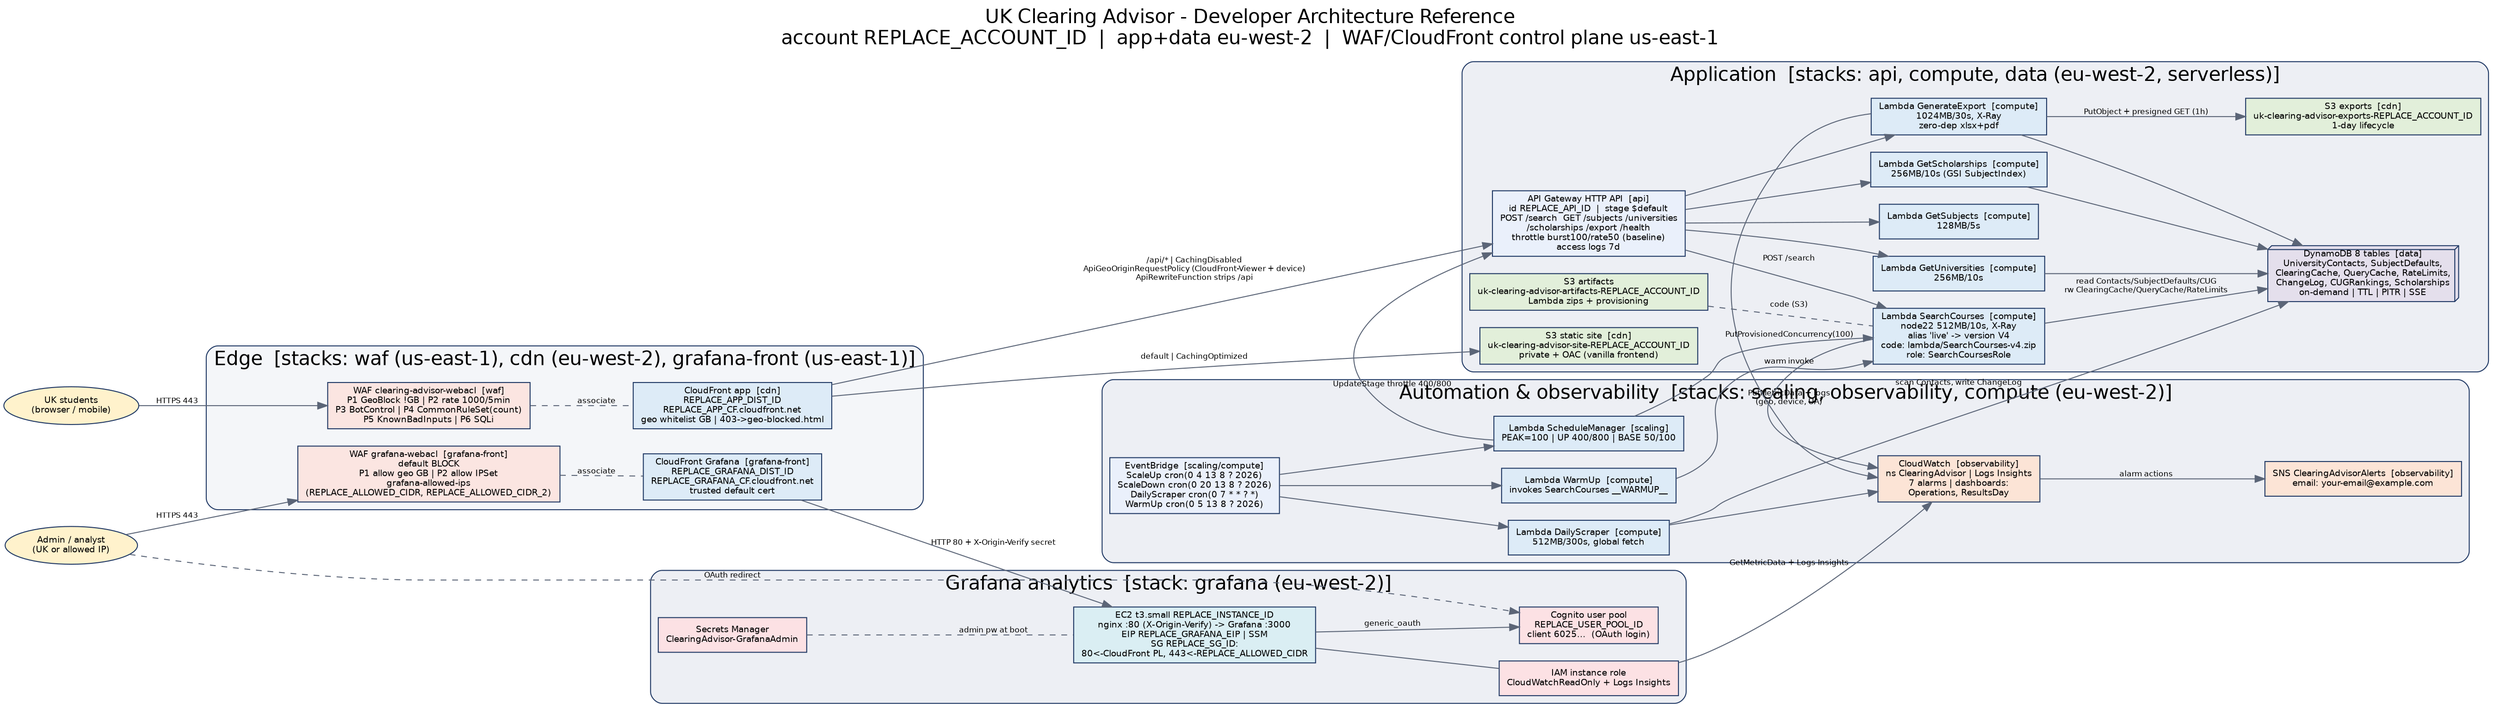
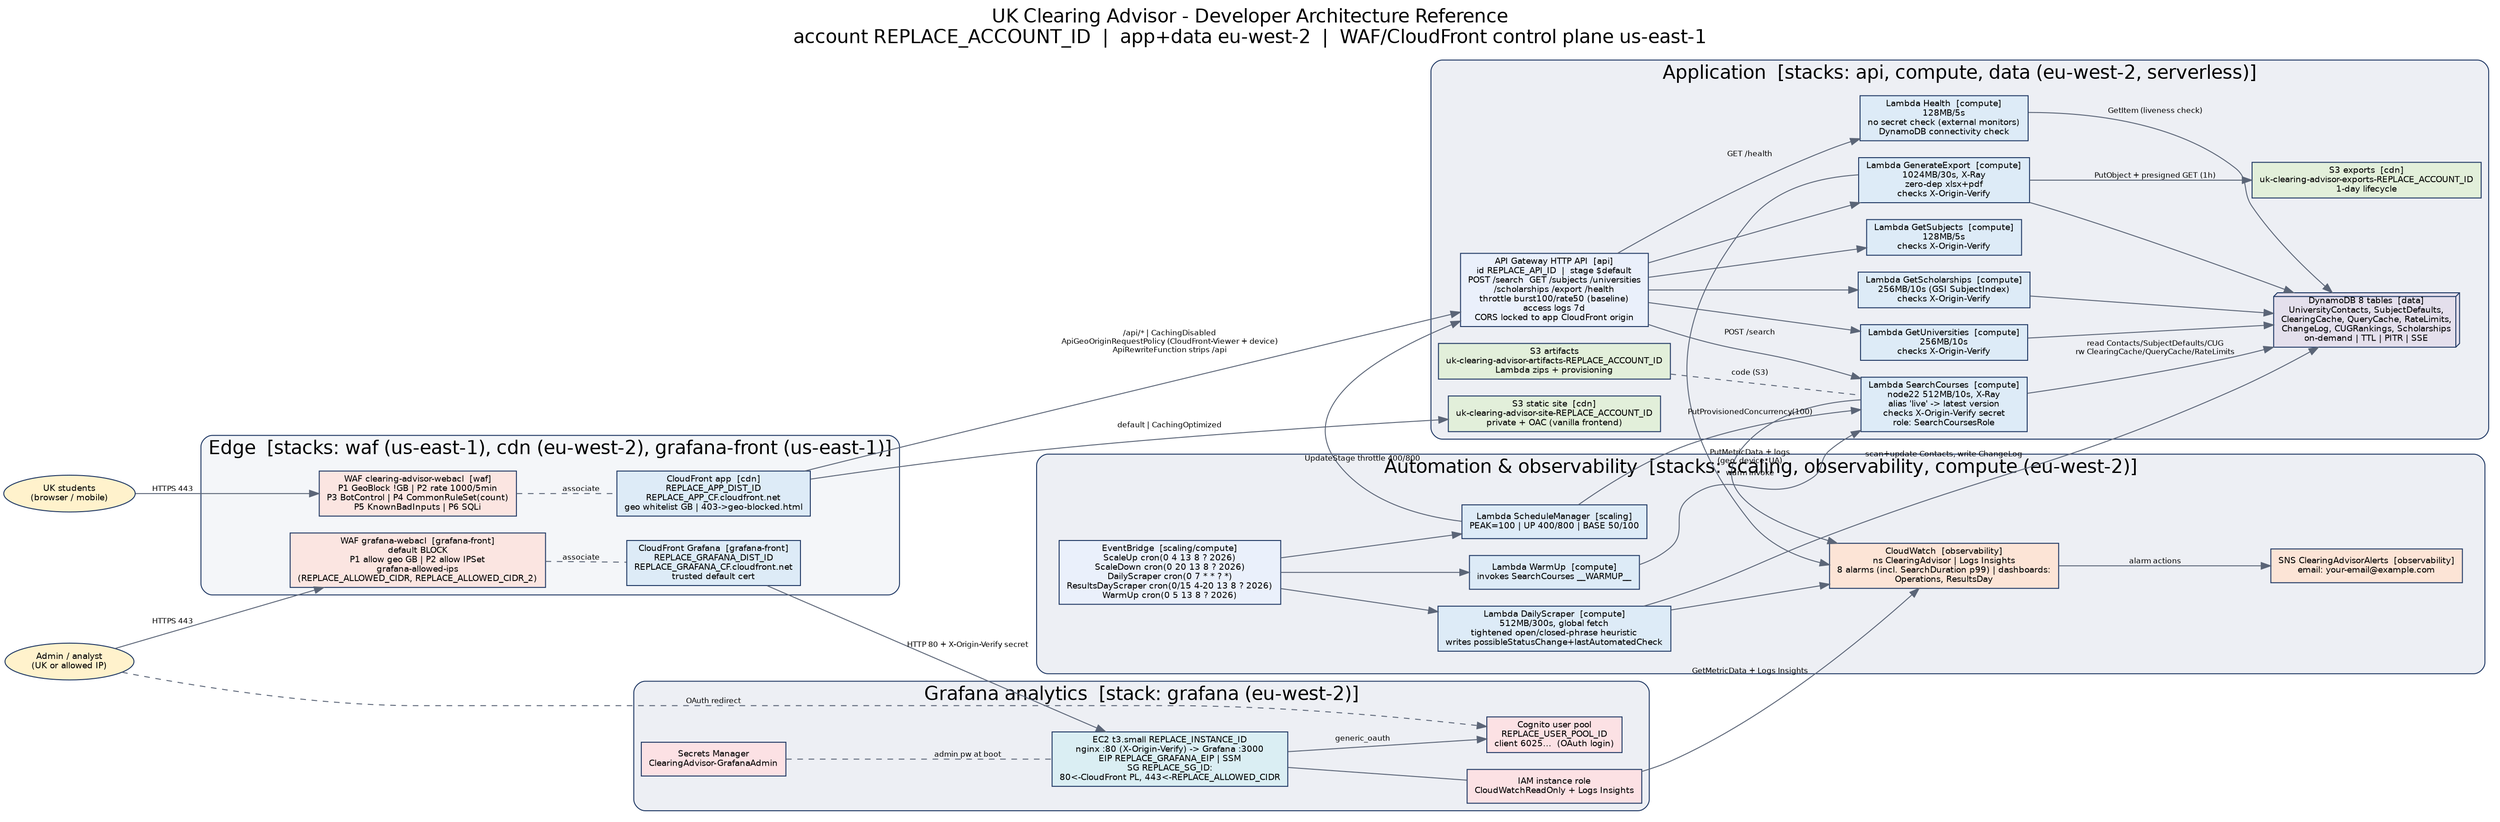
digraph UKClearingAdvisor {
  rankdir=LR;
  fontname="Helvetica"; labelloc="t"; fontsize=20;
  label="UK Clearing Advisor - Developer Architecture Reference\naccount REPLACE_ACCOUNT_ID  |  app+data eu-west-2  |  WAF/CloudFront control plane us-east-1";
  node [fontname="Helvetica", fontsize=9, style="filled", shape=box, color="#1F3864", fillcolor="#EAF0FB"];
  edge [fontname="Helvetica", fontsize=8, color="#5b6577"];
  compound=true;

  UKU [label="UK students\n(browser / mobile)", shape=oval, fillcolor="#FFF2CC"];
  ADM [label="Admin / analyst\n(UK or allowed IP)", shape=oval, fillcolor="#FFF2CC"];

  /* ---------- Edge: WAF + CloudFront ---------- */
  subgraph cluster_edge {
    label="Edge  [stacks: waf (us-east-1), cdn (eu-west-2), grafana-front (us-east-1)]";
    style="rounded,filled"; fillcolor="#F4F6F9"; color="#1F3864";
    WAF1 [label="WAF clearing-advisor-webacl  [waf]\nP1 GeoBlock !GB | P2 rate 1000/5min\nP3 BotControl | P4 CommonRuleSet(count)\nP5 KnownBadInputs | P6 SQLi", fillcolor="#FBE5E1"];
    CF1  [label="CloudFront app  [cdn]\nREPLACE_APP_DIST_ID\nREPLACE_APP_CF.cloudfront.net\ngeo whitelist GB | 403->geo-blocked.html", fillcolor="#DDEBF7"];
    WAF2 [label="WAF grafana-webacl  [grafana-front]\ndefault BLOCK\nP1 allow geo GB | P2 allow IPSet\ngrafana-allowed-ips\n(REPLACE_ALLOWED_CIDR, REPLACE_ALLOWED_CIDR_2)", fillcolor="#FBE5E1"];
    CF2  [label="CloudFront Grafana  [grafana-front]\nREPLACE_GRAFANA_DIST_ID\nREPLACE_GRAFANA_CF.cloudfront.net\ntrusted default cert", fillcolor="#DDEBF7"];
  }

  /* ---------- Application (compute + api + data) ---------- */
  subgraph cluster_app {
    label="Application  [stacks: api, compute, data (eu-west-2, serverless)]";
    style="rounded,filled"; fillcolor="#EDEFF4"; color="#1F3864";
-     APIGW  [label="API Gateway HTTP API  [api]\nid REPLACE_API_ID  |  stage $default\nPOST /search  GET /subjects /universities\n/scholarships /export /health\nthrottle burst100/rate50 (baseline)\naccess logs 7d"];
-     SC   [label="Lambda SearchCourses  [compute]\nnode22 512MB/10s, X-Ray\nalias 'live' -> version V4\ncode: lambda/SearchCourses-v4.zip\nrole: SearchCoursesRole", fillcolor="#DDEBF7"];
-     GS   [label="Lambda GetSubjects  [compute]\n128MB/5s", fillcolor="#DDEBF7"];
-     GU   [label="Lambda GetUniversities  [compute]\n256MB/10s", fillcolor="#DDEBF7"];
-     GSCH [label="Lambda GetScholarships  [compute]\n256MB/10s (GSI SubjectIndex)", fillcolor="#DDEBF7"];
-     GE   [label="Lambda GenerateExport  [compute]\n1024MB/30s, X-Ray\nzero-dep xlsx+pdf", fillcolor="#DDEBF7"];
+     APIGW  [label="API Gateway HTTP API  [api]\nid REPLACE_API_ID  |  stage $default\nPOST /search  GET /subjects /universities\n/scholarships /export /health\nthrottle burst100/rate50 (baseline)\naccess logs 7d\nCORS locked to app CloudFront origin"];
+     SC   [label="Lambda SearchCourses  [compute]\nnode22 512MB/10s, X-Ray\nalias 'live' -> latest version\nchecks X-Origin-Verify secret\nrole: SearchCoursesRole", fillcolor="#DDEBF7"];
+     GS   [label="Lambda GetSubjects  [compute]\n128MB/5s\nchecks X-Origin-Verify", fillcolor="#DDEBF7"];
+     GU   [label="Lambda GetUniversities  [compute]\n256MB/10s\nchecks X-Origin-Verify", fillcolor="#DDEBF7"];
+     GSCH [label="Lambda GetScholarships  [compute]\n256MB/10s (GSI SubjectIndex)\nchecks X-Origin-Verify", fillcolor="#DDEBF7"];
+     GE   [label="Lambda GenerateExport  [compute]\n1024MB/30s, X-Ray\nzero-dep xlsx+pdf\nchecks X-Origin-Verify", fillcolor="#DDEBF7"];
+     HLTH [label="Lambda Health  [compute]\n128MB/5s\nno secret check (external monitors)\nDynamoDB connectivity check", fillcolor="#DDEBF7"];
    DDB  [label="DynamoDB 8 tables  [data]\nUniversityContacts, SubjectDefaults,\nClearingCache, QueryCache, RateLimits,\nChangeLog, CUGRankings, Scholarships\non-demand | TTL | PITR | SSE", shape=box3d, fillcolor="#E4DFEC"];
    EXP  [label="S3 exports  [cdn]\nuk-clearing-advisor-exports-REPLACE_ACCOUNT_ID\n1-day lifecycle", fillcolor="#E2EFDA"];
    S3SITE [label="S3 static site  [cdn]\nuk-clearing-advisor-site-REPLACE_ACCOUNT_ID\nprivate + OAC (vanilla frontend)", fillcolor="#E2EFDA"];
    ART  [label="S3 artifacts\nuk-clearing-advisor-artifacts-REPLACE_ACCOUNT_ID\nLambda zips + provisioning", fillcolor="#E2EFDA"];
  }

  /* ---------- Automation & observability ---------- */
  subgraph cluster_ops {
    label="Automation & observability  [stacks: scaling, observability, compute (eu-west-2)]";
+     labelloc="t"; margin=24;
    style="rounded,filled"; fillcolor="#EDEFF4"; color="#1F3864";
-     EBS  [label="EventBridge  [scaling/compute]\nScaleUp cron(0 4 13 8 ? 2026)\nScaleDown cron(0 20 13 8 ? 2026)\nDailyScraper cron(0 7 * * ? *)\nWarmUp cron(0 5 13 8 ? 2026)"];
+     EBS  [label="EventBridge  [scaling/compute]\nScaleUp cron(0 4 13 8 ? 2026)\nScaleDown cron(0 20 13 8 ? 2026)\nDailyScraper cron(0 7 * * ? *)\nResultsDayScraper cron(0/15 4-20 13 8 ? 2026)\nWarmUp cron(0 5 13 8 ? 2026)"];
    SCHED [label="Lambda ScheduleManager  [scaling]\nPEAK=100 | UP 400/800 | BASE 50/100", fillcolor="#DDEBF7"];
-     DS   [label="Lambda DailyScraper  [compute]\n512MB/300s, global fetch", fillcolor="#DDEBF7"];
+     DS   [label="Lambda DailyScraper  [compute]\n512MB/300s, global fetch\ntightened open/closed-phrase heuristic\nwrites possibleStatusChange+lastAutomatedCheck", fillcolor="#DDEBF7"];
    WU   [label="Lambda WarmUp  [compute]\ninvokes SearchCourses __WARMUP__", fillcolor="#DDEBF7"];
-     CW   [label="CloudWatch  [observability]\nns ClearingAdvisor | Logs Insights\n7 alarms | dashboards:\nOperations, ResultsDay", fillcolor="#FCE4D6"];
+     CW   [label="CloudWatch  [observability]\nns ClearingAdvisor | Logs Insights\n8 alarms (incl. SearchDuration p99) | dashboards:\nOperations, ResultsDay", fillcolor="#FCE4D6"];
    SNS  [label="SNS ClearingAdvisorAlerts  [observability]\nemail: your-email@example.com", fillcolor="#FCE4D6"];
  }

  /* ---------- Grafana analytics ---------- */
  subgraph cluster_graf {
    label="Grafana analytics  [stack: grafana (eu-west-2)]";
    style="rounded,filled"; fillcolor="#EDEFF4"; color="#1F3864";
    EC2  [label="EC2 t3.small REPLACE_INSTANCE_ID\nnginx :80 (X-Origin-Verify) -> Grafana :3000\nEIP REPLACE_GRAFANA_EIP | SSM\nSG REPLACE_SG_ID:\n80<-CloudFront PL, 443<-REPLACE_ALLOWED_CIDR", fillcolor="#DAEEF3"];
    COG  [label="Cognito user pool\nREPLACE_USER_POOL_ID\nclient 6025...  (OAuth login)", fillcolor="#FCE1E4"];
    ROLE [label="IAM instance role\nCloudWatchReadOnly + Logs Insights", fillcolor="#FCE1E4"];
    SM   [label="Secrets Manager\nClearingAdvisor-GrafanaAdmin", fillcolor="#FCE1E4"];
  }

  /* ---------- Flows: application ---------- */
  UKU  -> WAF1 [label="HTTPS 443"];
  WAF1 -> CF1  [label="associate", style=dashed, dir=none];
  CF1  -> S3SITE [label="default | CachingOptimized"];
  CF1  -> APIGW  [label="/api/* | CachingDisabled\nApiGeoOriginRequestPolicy (CloudFront-Viewer + device)\nApiRewriteFunction strips /api"];
  APIGW -> SC   [label="POST /search"];
-   APIGW -> GS; APIGW -> GU; APIGW -> GSCH; APIGW -> GE;
+   APIGW -> GS; APIGW -> GU; APIGW -> GSCH; APIGW -> GE; APIGW -> HLTH [label="GET /health"];
  SC   -> DDB  [label="read Contacts/SubjectDefaults/CUG\nrw ClearingCache/QueryCache/RateLimits"];
-   GU   -> DDB; GSCH -> DDB; GE -> DDB;
+   GU   -> DDB; GSCH -> DDB; GE -> DDB; HLTH -> DDB [label="GetItem (liveness check)"];
  GE   -> EXP  [label="PutObject + presigned GET (1h)"];
  ART  -> SC   [label="code (S3)", style=dashed, dir=none];

  /* ---------- Flows: automation ---------- */
  EBS   -> SCHED; EBS -> DS; EBS -> WU;
  SCHED -> SC    [label="PutProvisionedConcurrency(100)"];
  SCHED -> APIGW [label="UpdateStage throttle 400/800"];
  WU    -> SC    [label="warm invoke"];
-   DS    -> DDB   [label="scan Contacts, write ChangeLog"];
+   DS    -> DDB   [label="scan+update Contacts, write ChangeLog"];
  SC    -> CW    [label="PutMetricData + logs\n(geo, device, UA)"];
  GE -> CW; DS -> CW;
  CW    -> SNS   [label="alarm actions"];

  /* ---------- Flows: grafana ---------- */
  ADM  -> WAF2 [label="HTTPS 443"];
  WAF2 -> CF2  [label="associate", style=dashed, dir=none];
  CF2  -> EC2  [label="HTTP 80 + X-Origin-Verify secret"];
  ADM  -> COG  [label="OAuth redirect", style=dashed];
  EC2  -> COG  [label="generic_oauth"];
  EC2  -> ROLE [dir=none];
  ROLE -> CW   [label="GetMetricData + Logs Insights"];
  SM   -> EC2  [label="admin pw at boot", style=dashed, dir=none];
}
